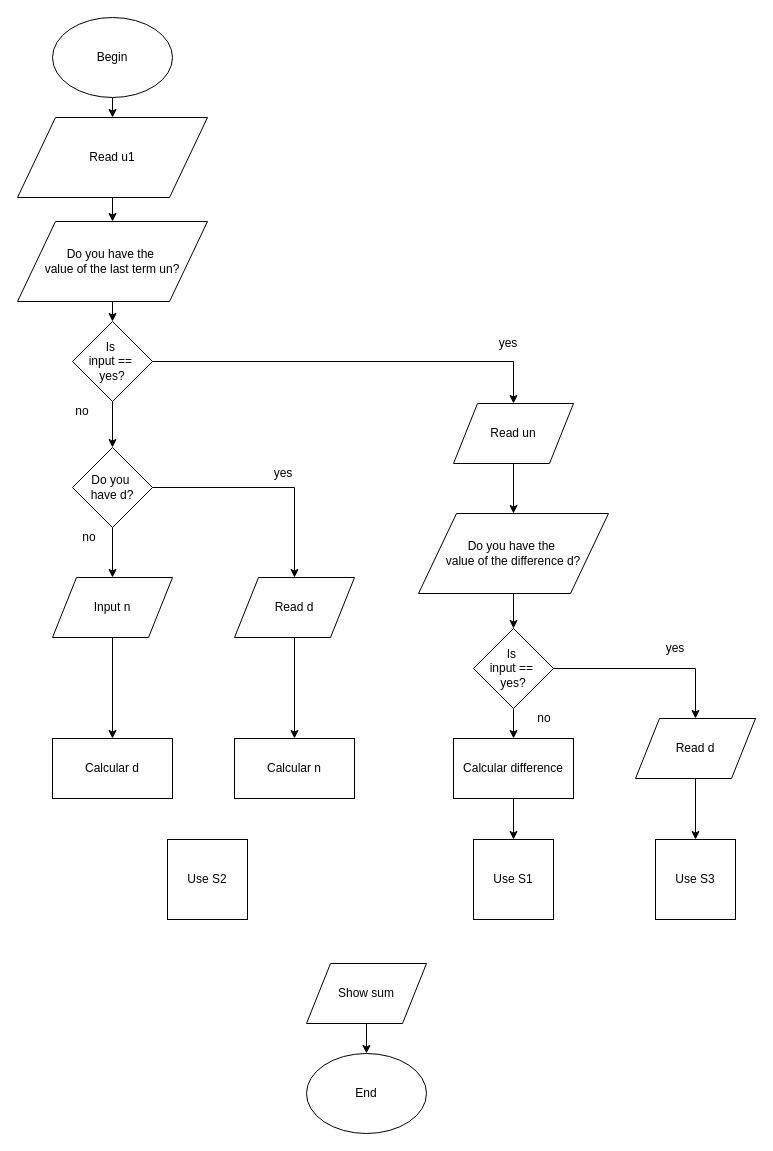
Above: math-functions/arithmetic-sum.dio in bru1987/programming-30-days (draw.io), before the change. Source tidied: cells renumbered, new cells numbered last; positions are measured from the earlier drawing's top-left corner, leaving out a move shared by most shapes. Both pictures are drawn from the tidied source at 100%, with x=0, y=0 at pixel (17, 17).
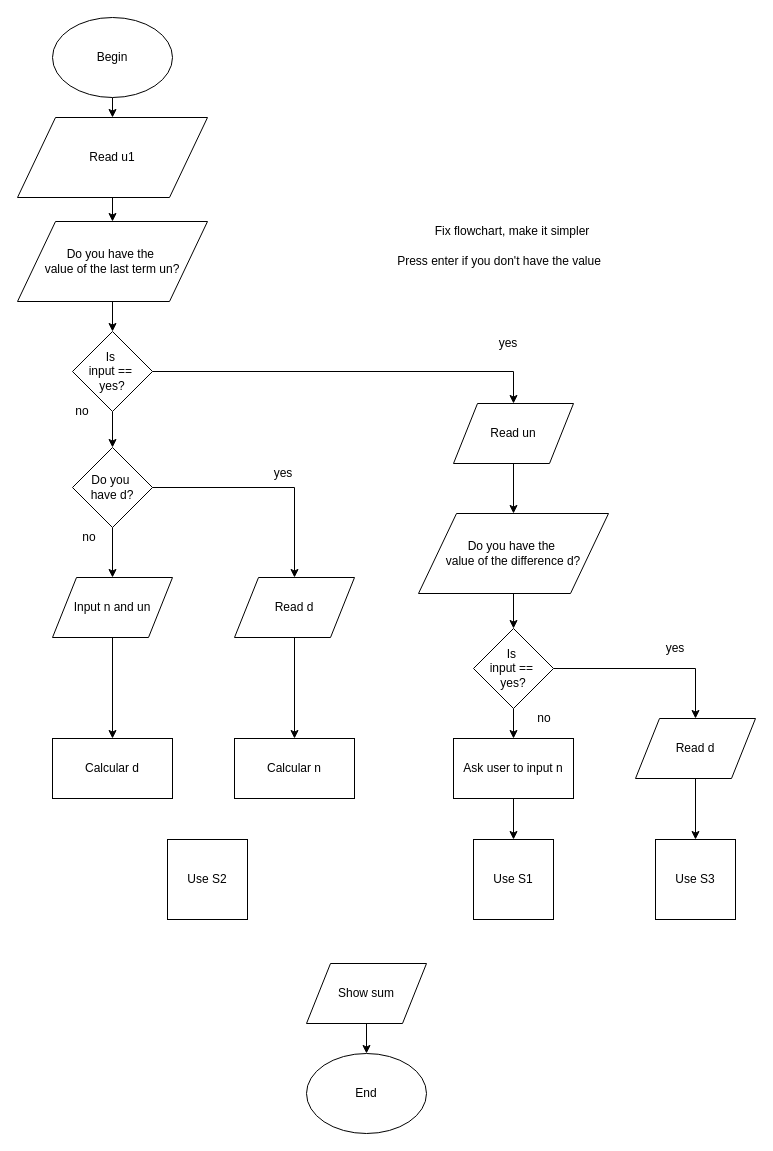
The same diagram, later.

Change to the diagram source:
```diff
@@
     <mxCell id="10" value="Is&amp;nbsp;&lt;div&gt;input ==&amp;nbsp;&lt;/div&gt;&lt;div&gt;yes?&lt;/div&gt;" style="rhombus;whiteSpace=wrap;html=1;" parent="1" vertex="1">
-      <mxGeometry x="55" y="304" width="80" height="80" as="geometry" />
+      <mxGeometry x="55" y="314" width="80" height="80" as="geometry" />
     </mxCell>
@@
-    <mxCell id="31" value="Input n" style="shape=parallelogram;perimeter=parallelogramPerimeter;whiteSpace=wrap;html=1;" parent="1" vertex="1">
+    <mxCell id="31" value="Input n and un" style="shape=parallelogram;perimeter=parallelogramPerimeter;whiteSpace=wrap;html=1;" parent="1" vertex="1">
       <mxGeometry x="35" y="560" width="120" height="60" as="geometry" />
     </mxCell>
@@
-    <mxCell id="33" value="Calcular difference" style="rounded=0;whiteSpace=wrap;html=1;" parent="1" vertex="1">
+    <mxCell id="33" value="Ask user to input n" style="rounded=0;whiteSpace=wrap;html=1;" parent="1" vertex="1">
       <mxGeometry x="436" y="721" width="120" height="60" as="geometry" />
     </mxCell>
@@
+    <mxCell id="43" value="Press enter if you don't have the value" style="text;html=1;strokeColor=none;fillColor=none;align=center;verticalAlign=middle;whiteSpace=wrap;rounded=0;" parent="1" vertex="1">
+      <mxGeometry x="369" y="234" width="226" height="20" as="geometry" />
+    </mxCell>
+    <mxCell id="44" value="Fix flowchart, make it simpler" style="text;html=1;strokeColor=none;fillColor=none;align=center;verticalAlign=middle;whiteSpace=wrap;rounded=0;" parent="1" vertex="1">
+      <mxGeometry x="375" y="204" width="240" height="20" as="geometry" />
+    </mxCell>
```
